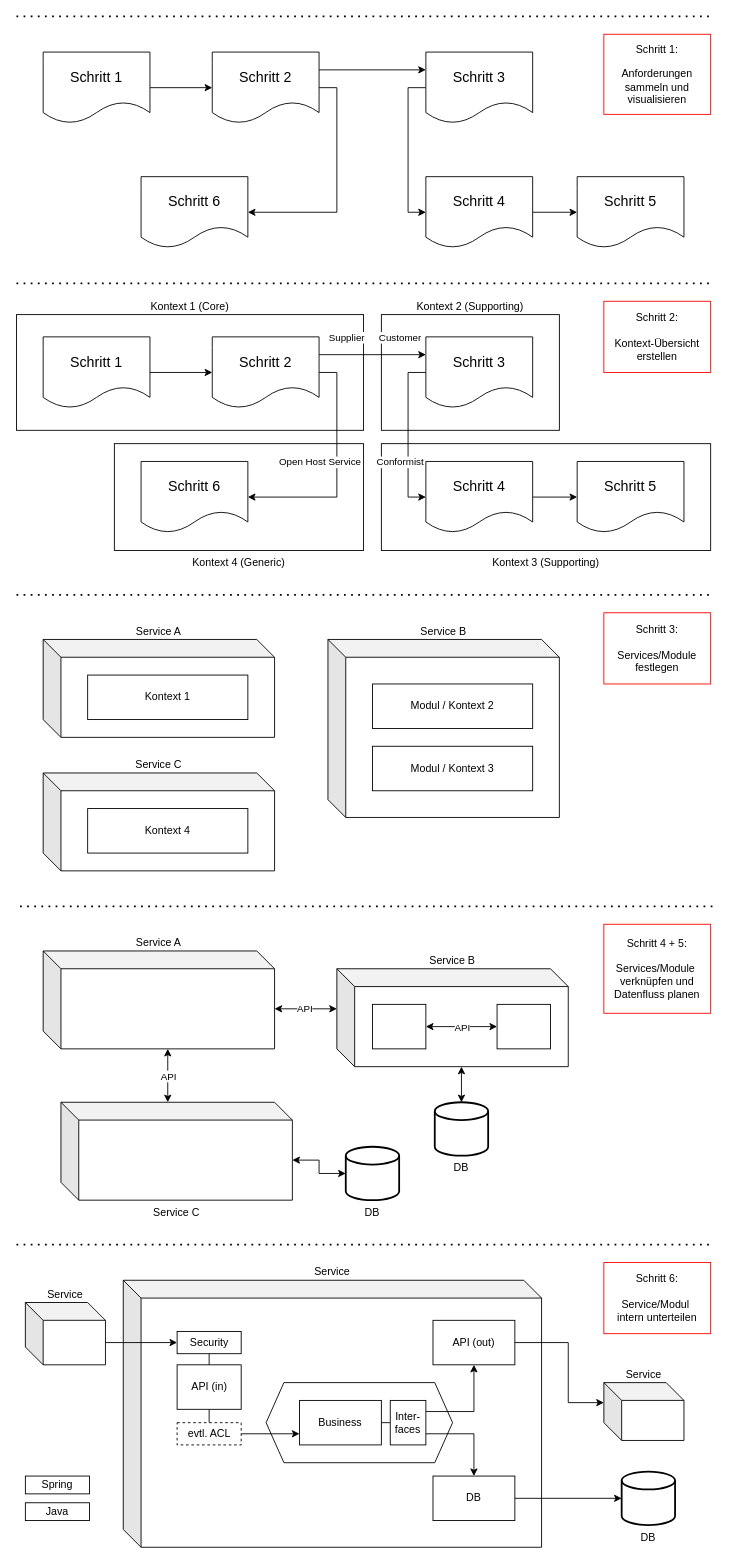
coc-university/software-architecture-guide keeps this draw.io diagram as images/project-architecture-guide.drawio. Above is the earlier version. Source tidied: cells renumbered, new cells numbered last; positions are measured from the earlier drawing's top-left corner, leaving out a move shared by most shapes. Both pictures are drawn from the tidied source at 89%, with x=0, y=0 at pixel (16, 16).
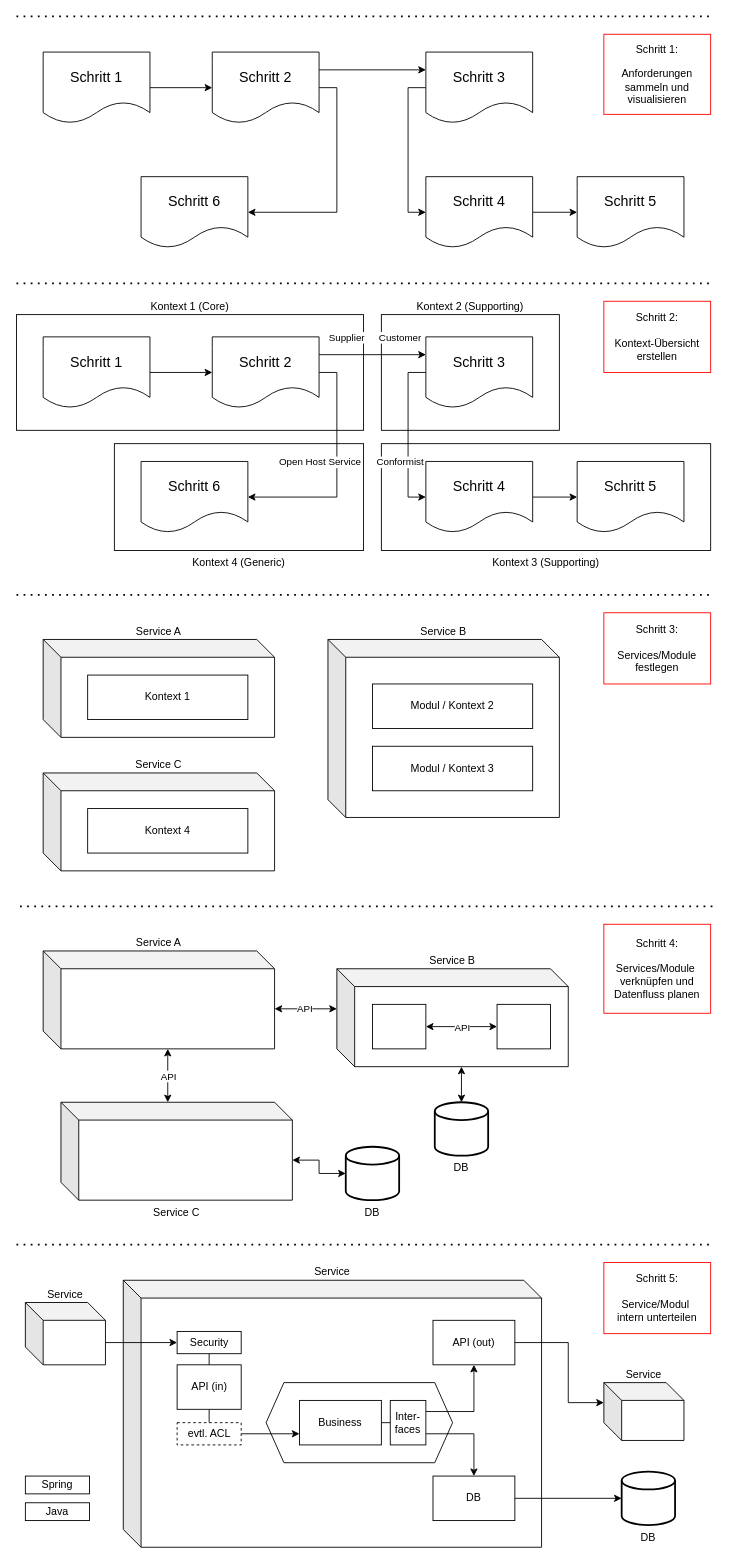
Above is the later version.

What changed in the source:
```diff
@@
-    <mxCell id="63" value="&lt;div&gt;Schritt 4 + 5:&lt;/div&gt;&lt;div&gt;&lt;br&gt;&lt;/div&gt;Services/Module&amp;nbsp;&lt;div&gt;verknüpfen&amp;nbsp;&lt;span style=&quot;background-color: transparent; color: light-dark(rgb(0, 0, 0), rgb(255, 255, 255));&quot;&gt;und&lt;/span&gt;&lt;div&gt;Datenfluss planen&lt;/div&gt;&lt;/div&gt;" style="rounded=0;whiteSpace=wrap;html=1;strokeColor=#FF0000;" parent="1" vertex="1">
+    <mxCell id="63" value="&lt;div&gt;Schritt 4:&lt;/div&gt;&lt;div&gt;&lt;br&gt;&lt;/div&gt;Services/Module&amp;nbsp;&lt;div&gt;verknüpfen&amp;nbsp;&lt;span style=&quot;background-color: transparent; color: light-dark(rgb(0, 0, 0), rgb(255, 255, 255));&quot;&gt;und&lt;/span&gt;&lt;div&gt;Datenfluss planen&lt;/div&gt;&lt;/div&gt;" style="rounded=0;whiteSpace=wrap;html=1;strokeColor=#FF0000;" parent="1" vertex="1">
       <mxGeometry x="660" y="1020" width="120" height="100" as="geometry" />
     </mxCell>
@@
-    <mxCell id="68" value="&lt;div&gt;Schritt 6:&lt;/div&gt;&lt;div&gt;&lt;br&gt;&lt;/div&gt;Service/Modul&amp;nbsp;&lt;div&gt;intern unterteilen&lt;/div&gt;" style="rounded=0;whiteSpace=wrap;html=1;strokeColor=#FF0000;" parent="1" vertex="1">
+    <mxCell id="68" value="&lt;div&gt;Schritt 5:&lt;/div&gt;&lt;div&gt;&lt;br&gt;&lt;/div&gt;Service/Modul&amp;nbsp;&lt;div&gt;intern unterteilen&lt;/div&gt;" style="rounded=0;whiteSpace=wrap;html=1;strokeColor=#FF0000;" parent="1" vertex="1">
       <mxGeometry x="660" y="1400" width="120" height="80" as="geometry" />
     </mxCell>
```
